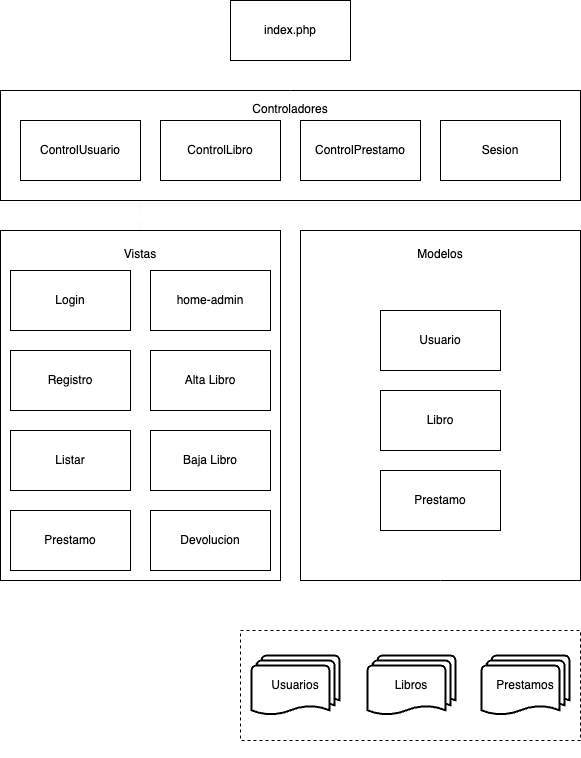
Before: images/mvc.png, a diagram exported from draw.io (Wueisman/obligatorioPhp). Source tidied: cells renumbered, new cells last; positions are measured from the earlier drawing's top-left corner, leaving out a move shared by most shapes. The source it was exported from:
```xml
<mxGraphModel>
  <root>
    <mxCell id="0" />
    <mxCell id="1" parent="0" />
    <mxCell id="2" style="edgeStyle=orthogonalEdgeStyle;rounded=0;jettySize=auto;html=1;exitX=0.24;exitY=1.001;exitDx=0;exitDy=0;entryX=0.5;entryY=0;entryDx=0;entryDy=0;startArrow=classic;startFill=1;exitPerimeter=0;strokeColor=#FCFCFC;" parent="1" edge="1" source="4" target="11">
      <mxGeometry relative="1" as="geometry" />
    </mxCell>
    <mxCell id="3" style="edgeStyle=orthogonalEdgeStyle;rounded=0;jettySize=auto;html=1;exitX=0.758;exitY=1;exitDx=0;exitDy=0;entryX=0.5;entryY=0;entryDx=0;entryDy=0;startArrow=classic;startFill=1;exitPerimeter=0;strokeColor=#ffffff;" parent="1" edge="1" source="4" target="14">
      <mxGeometry relative="1" as="geometry" />
    </mxCell>
    <mxCell id="4" value="Controladores&lt;br&gt;&lt;br&gt;&lt;br&gt;&lt;br&gt;&lt;br&gt;&lt;br&gt;" style="rounded=0;whiteSpace=wrap;html=1;" parent="1" vertex="1">
      <mxGeometry y="90" width="580" height="110" as="geometry" />
    </mxCell>
    <mxCell id="5" value="ControlUsuario" style="rounded=0;whiteSpace=wrap;html=1;" parent="1" vertex="1">
      <mxGeometry x="20" y="120" width="120" height="60" as="geometry" />
    </mxCell>
    <mxCell id="6" value="ControlLibro" style="rounded=0;whiteSpace=wrap;html=1;" parent="1" vertex="1">
      <mxGeometry x="160" y="120" width="120" height="60" as="geometry" />
    </mxCell>
    <mxCell id="7" value="ControlPrestamo" style="rounded=0;whiteSpace=wrap;html=1;" parent="1" vertex="1">
      <mxGeometry x="300" y="120" width="120" height="60" as="geometry" />
    </mxCell>
    <mxCell id="8" value="Sesion" style="rounded=0;whiteSpace=wrap;html=1;" parent="1" vertex="1">
      <mxGeometry x="440" y="120" width="120" height="60" as="geometry" />
    </mxCell>
    <mxCell id="9" style="edgeStyle=orthogonalEdgeStyle;rounded=0;jettySize=auto;html=1;exitX=0.5;exitY=1;exitDx=0;exitDy=0;entryX=0.5;entryY=0;entryDx=0;entryDy=0;startArrow=classic;startFill=1;strokeColor=#ffffff;" parent="1" edge="1" source="10" target="4">
      <mxGeometry relative="1" as="geometry" />
    </mxCell>
    <mxCell id="10" value="index.php" style="rounded=0;whiteSpace=wrap;html=1;" parent="1" vertex="1">
      <mxGeometry x="230" width="120" height="60" as="geometry" />
    </mxCell>
    <mxCell id="11" value="Vistas&lt;br&gt;&lt;br&gt;&lt;br&gt;&lt;br&gt;&lt;br&gt;&lt;br&gt;&lt;br&gt;&lt;br&gt;&lt;br&gt;&lt;br&gt;&lt;br&gt;&lt;br&gt;&lt;br&gt;&lt;br&gt;&lt;br&gt;&lt;br&gt;&lt;br&gt;&lt;br&gt;&lt;br&gt;&lt;br&gt;&lt;br&gt;&lt;br&gt;" style="rounded=0;whiteSpace=wrap;html=1;" parent="1" vertex="1">
      <mxGeometry y="230" width="280" height="350" as="geometry" />
    </mxCell>
    <mxCell id="12" value="Login" style="rounded=0;whiteSpace=wrap;html=1;" parent="1" vertex="1">
      <mxGeometry x="10" y="270" width="120" height="60" as="geometry" />
    </mxCell>
    <mxCell id="13" value="home-admin" style="rounded=0;whiteSpace=wrap;html=1;" parent="1" vertex="1">
      <mxGeometry x="150" y="270" width="120" height="60" as="geometry" />
    </mxCell>
    <mxCell id="14" value="Modelos&lt;br&gt;&lt;br&gt;&lt;br&gt;&lt;br&gt;&lt;br&gt;&lt;br&gt;&lt;br&gt;&lt;br&gt;&lt;br&gt;&lt;br&gt;&lt;br&gt;&lt;br&gt;&lt;br&gt;&lt;br&gt;&lt;br&gt;&lt;br&gt;&lt;br&gt;&lt;br&gt;&lt;br&gt;&lt;br&gt;&lt;br&gt;&lt;br&gt;" style="rounded=0;whiteSpace=wrap;html=1;" parent="1" vertex="1">
      <mxGeometry x="300" y="230" width="280" height="350" as="geometry" />
    </mxCell>
    <mxCell id="15" value="Usuario" style="rounded=0;whiteSpace=wrap;html=1;" parent="1" vertex="1">
      <mxGeometry x="380" y="310" width="120" height="60" as="geometry" />
    </mxCell>
    <mxCell id="16" value="Registro" style="rounded=0;whiteSpace=wrap;html=1;" parent="1" vertex="1">
      <mxGeometry x="10" y="350" width="120" height="60" as="geometry" />
    </mxCell>
    <mxCell id="17" value="Alta Libro" style="rounded=0;whiteSpace=wrap;html=1;" parent="1" vertex="1">
      <mxGeometry x="150" y="350" width="120" height="60" as="geometry" />
    </mxCell>
    <mxCell id="18" value="Listar" style="rounded=0;whiteSpace=wrap;html=1;" parent="1" vertex="1">
      <mxGeometry x="10" y="430" width="120" height="60" as="geometry" />
    </mxCell>
    <mxCell id="19" value="Baja Libro" style="rounded=0;whiteSpace=wrap;html=1;" parent="1" vertex="1">
      <mxGeometry x="150" y="430" width="120" height="60" as="geometry" />
    </mxCell>
    <mxCell id="20" value="Prestamo" style="rounded=0;whiteSpace=wrap;html=1;" parent="1" vertex="1">
      <mxGeometry x="10" y="510" width="120" height="60" as="geometry" />
    </mxCell>
    <mxCell id="21" value="Devolucion" style="rounded=0;whiteSpace=wrap;html=1;" parent="1" vertex="1">
      <mxGeometry x="150" y="510" width="120" height="60" as="geometry" />
    </mxCell>
    <mxCell id="22" value="Libro" style="rounded=0;whiteSpace=wrap;html=1;" parent="1" vertex="1">
      <mxGeometry x="380" y="390" width="120" height="60" as="geometry" />
    </mxCell>
    <mxCell id="23" value="Prestamo" style="rounded=0;whiteSpace=wrap;html=1;" parent="1" vertex="1">
      <mxGeometry x="380" y="470" width="120" height="60" as="geometry" />
    </mxCell>
    <mxCell id="24" style="edgeStyle=orthogonalEdgeStyle;rounded=0;jettySize=auto;html=1;exitX=0.588;exitY=0;exitDx=0;exitDy=0;entryX=0.5;entryY=1;entryDx=0;entryDy=0;startArrow=classic;startFill=1;exitPerimeter=0;strokeColor=#ffffff;" parent="1" edge="1" source="25" target="14">
      <mxGeometry relative="1" as="geometry" />
    </mxCell>
    <mxCell id="25" value="&lt;div style=&quot;&quot;&gt;&lt;span style=&quot;background-color: initial;&quot;&gt;Base de datos: biblioteca&lt;/span&gt;&lt;/div&gt;&lt;br&gt;&lt;br&gt;&lt;br&gt;&lt;br&gt;&lt;br&gt;&lt;br&gt;&lt;br&gt;&lt;br&gt;&lt;br&gt;" style="rounded=0;whiteSpace=wrap;html=1;align=left;dashed=1;fontColor=#ffffff;" parent="1" vertex="1">
      <mxGeometry x="240" y="630" width="340" height="110" as="geometry" />
    </mxCell>
    <mxCell id="26" value="Prestamos" style="strokeWidth=2;html=1;shape=mxgraph.flowchart.multi-document;whiteSpace=wrap;" parent="1" vertex="1">
      <mxGeometry x="481" y="655" width="88" height="60" as="geometry" />
    </mxCell>
    <mxCell id="27" value="Libros" style="strokeWidth=2;html=1;shape=mxgraph.flowchart.multi-document;whiteSpace=wrap;" parent="1" vertex="1">
      <mxGeometry x="367" y="655" width="88" height="60" as="geometry" />
    </mxCell>
    <mxCell id="28" value="Usuarios" style="strokeWidth=2;html=1;shape=mxgraph.flowchart.multi-document;whiteSpace=wrap;" parent="1" vertex="1">
      <mxGeometry x="251" y="655" width="88" height="60" as="geometry" />
    </mxCell>
  </root>
</mxGraphModel>
```
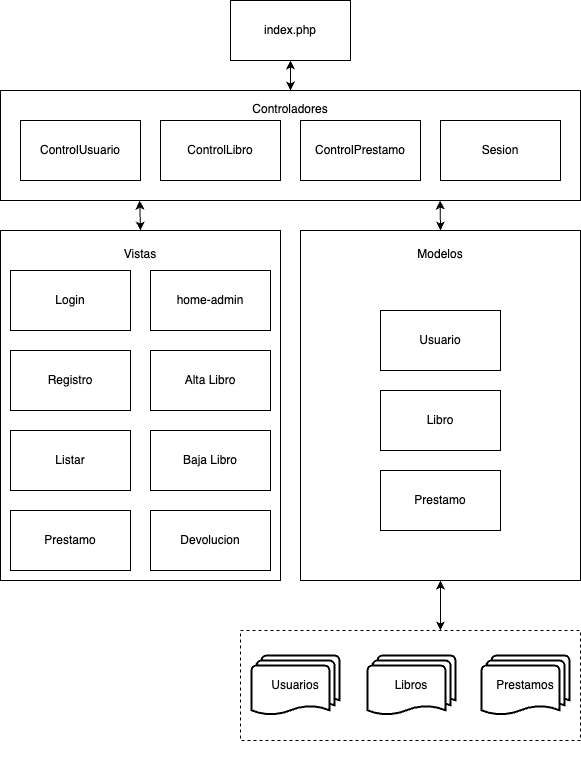
Above is the later version.

Diff of the diagram source:
```diff
@@ -2,10 +2,10 @@
   <root>
     <mxCell id="0" />
     <mxCell id="1" parent="0" />
-    <mxCell id="2" style="edgeStyle=orthogonalEdgeStyle;rounded=0;jettySize=auto;html=1;exitX=0.24;exitY=1.001;exitDx=0;exitDy=0;entryX=0.5;entryY=0;entryDx=0;entryDy=0;startArrow=classic;startFill=1;exitPerimeter=0;strokeColor=#FCFCFC;" parent="1" edge="1" source="4" target="11">
+    <mxCell id="2" style="edgeStyle=orthogonalEdgeStyle;rounded=0;jettySize=auto;html=1;exitX=0.24;exitY=1.001;exitDx=0;exitDy=0;entryX=0.5;entryY=0;entryDx=0;entryDy=0;startArrow=classic;startFill=1;exitPerimeter=0;" parent="1" edge="1" source="4" target="11">
       <mxGeometry relative="1" as="geometry" />
     </mxCell>
-    <mxCell id="3" style="edgeStyle=orthogonalEdgeStyle;rounded=0;jettySize=auto;html=1;exitX=0.758;exitY=1;exitDx=0;exitDy=0;entryX=0.5;entryY=0;entryDx=0;entryDy=0;startArrow=classic;startFill=1;exitPerimeter=0;strokeColor=#ffffff;" parent="1" edge="1" source="4" target="14">
+    <mxCell id="3" style="edgeStyle=orthogonalEdgeStyle;rounded=0;jettySize=auto;html=1;exitX=0.758;exitY=1;exitDx=0;exitDy=0;entryX=0.5;entryY=0;entryDx=0;entryDy=0;startArrow=classic;startFill=1;exitPerimeter=0;" parent="1" edge="1" source="4" target="14">
       <mxGeometry relative="1" as="geometry" />
     </mxCell>
     <mxCell id="4" value="Controladores&lt;br&gt;&lt;br&gt;&lt;br&gt;&lt;br&gt;&lt;br&gt;&lt;br&gt;" style="rounded=0;whiteSpace=wrap;html=1;" parent="1" vertex="1">
@@ -23,7 +23,7 @@
     <mxCell id="8" value="Sesion" style="rounded=0;whiteSpace=wrap;html=1;" parent="1" vertex="1">
       <mxGeometry x="440" y="120" width="120" height="60" as="geometry" />
     </mxCell>
-    <mxCell id="9" style="edgeStyle=orthogonalEdgeStyle;rounded=0;jettySize=auto;html=1;exitX=0.5;exitY=1;exitDx=0;exitDy=0;entryX=0.5;entryY=0;entryDx=0;entryDy=0;startArrow=classic;startFill=1;strokeColor=#ffffff;" parent="1" edge="1" source="10" target="4">
+    <mxCell id="9" style="edgeStyle=orthogonalEdgeStyle;rounded=0;jettySize=auto;html=1;exitX=0.5;exitY=1;exitDx=0;exitDy=0;entryX=0.5;entryY=0;entryDx=0;entryDy=0;startArrow=classic;startFill=1;" parent="1" edge="1" source="10" target="4">
       <mxGeometry relative="1" as="geometry" />
     </mxCell>
     <mxCell id="10" value="index.php" style="rounded=0;whiteSpace=wrap;html=1;" parent="1" vertex="1">
@@ -68,7 +68,7 @@
     <mxCell id="23" value="Prestamo" style="rounded=0;whiteSpace=wrap;html=1;" parent="1" vertex="1">
       <mxGeometry x="380" y="470" width="120" height="60" as="geometry" />
     </mxCell>
-    <mxCell id="24" style="edgeStyle=orthogonalEdgeStyle;rounded=0;jettySize=auto;html=1;exitX=0.588;exitY=0;exitDx=0;exitDy=0;entryX=0.5;entryY=1;entryDx=0;entryDy=0;startArrow=classic;startFill=1;exitPerimeter=0;strokeColor=#ffffff;" parent="1" edge="1" source="25" target="14">
+    <mxCell id="24" style="edgeStyle=orthogonalEdgeStyle;rounded=0;jettySize=auto;html=1;exitX=0.588;exitY=0;exitDx=0;exitDy=0;entryX=0.5;entryY=1;entryDx=0;entryDy=0;startArrow=classic;startFill=1;exitPerimeter=0;" parent="1" edge="1" source="25" target="14">
       <mxGeometry relative="1" as="geometry" />
     </mxCell>
     <mxCell id="25" value="&lt;div style=&quot;&quot;&gt;&lt;span style=&quot;background-color: initial;&quot;&gt;Base de datos: biblioteca&lt;/span&gt;&lt;/div&gt;&lt;br&gt;&lt;br&gt;&lt;br&gt;&lt;br&gt;&lt;br&gt;&lt;br&gt;&lt;br&gt;&lt;br&gt;&lt;br&gt;" style="rounded=0;whiteSpace=wrap;html=1;align=left;dashed=1;fontColor=#ffffff;" parent="1" vertex="1">
```
